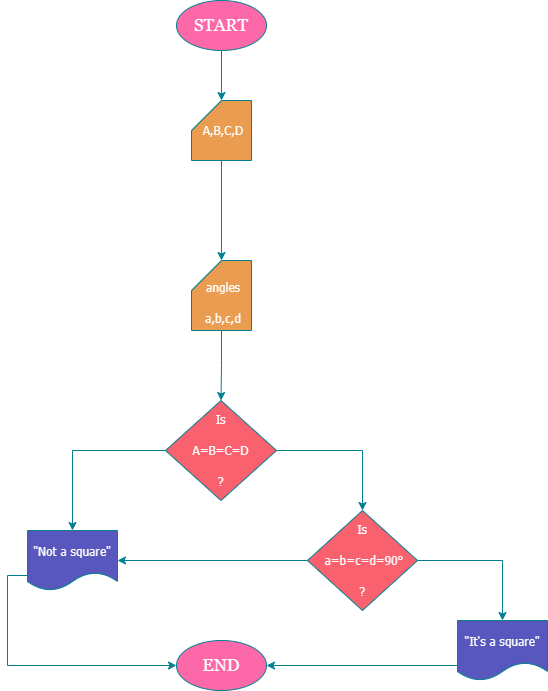
Earlier version of the draw.io export homeworksquare.png (SudeNazDilbaz/homework). Source tidied: cells renumbered, new cells last; positions are measured from the earlier drawing's top-left corner, leaving out a move shared by most shapes.
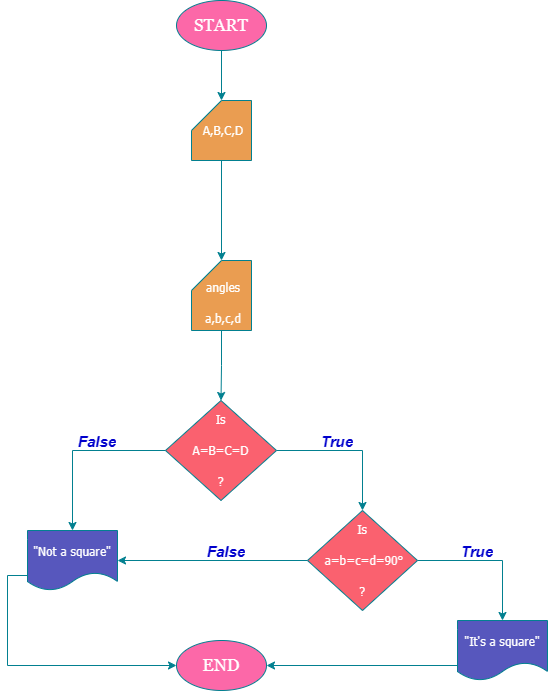
After the change.

What changed in the source:
```diff
@@ -56,5 +56,25 @@
     <mxCell id="19" value="&lt;font face=&quot;Georgia&quot; style=&quot;font-size: 17px;&quot; color=&quot;#ffffff&quot;&gt;END&lt;/font&gt;" style="ellipse;whiteSpace=wrap;html=1;fillColor=#FC68A8;labelBackgroundColor=none;strokeColor=#028090;fontColor=#E4FDE1;" parent="1" vertex="1">
       <mxGeometry x="149" y="640" width="90" height="50" as="geometry" />
     </mxCell>
+    <object id="20" label="&lt;font color=&quot;#0000cc&quot; size=&quot;1&quot; style=&quot;&quot;&gt;&lt;b style=&quot;font-size: 15px;&quot;&gt;&lt;i style=&quot;&quot;&gt;False&lt;/i&gt;&lt;/b&gt;&lt;/font&gt;" name="Variable" placeholders="1">
+      <mxCell style="text;html=1;strokeColor=none;fillColor=none;align=center;verticalAlign=middle;whiteSpace=wrap;overflow=hidden;" parent="1" vertex="1">
+        <mxGeometry x="30" y="430" width="80" height="20" as="geometry" />
+      </mxCell>
+    </object>
+    <object id="21" label="&lt;font color=&quot;#0000cc&quot;&gt;&lt;span style=&quot;font-size: 15px;&quot;&gt;&lt;b&gt;&lt;i&gt;True&lt;/i&gt;&lt;/b&gt;&lt;/span&gt;&lt;/font&gt;" name="Variable" placeholders="1">
+      <mxCell style="text;html=1;strokeColor=none;fillColor=none;align=center;verticalAlign=middle;whiteSpace=wrap;overflow=hidden;" parent="1" vertex="1">
+        <mxGeometry x="270" y="430" width="80" height="20" as="geometry" />
+      </mxCell>
+    </object>
+    <object id="22" label="&lt;font color=&quot;#0000cc&quot; size=&quot;1&quot; style=&quot;&quot;&gt;&lt;b style=&quot;font-size: 15px;&quot;&gt;&lt;i style=&quot;&quot;&gt;False&lt;/i&gt;&lt;/b&gt;&lt;/font&gt;" name="Variable" placeholders="1">
+      <mxCell style="text;html=1;strokeColor=none;fillColor=none;align=center;verticalAlign=middle;whiteSpace=wrap;overflow=hidden;" parent="1" vertex="1">
+        <mxGeometry x="159" y="540" width="80" height="20" as="geometry" />
+      </mxCell>
+    </object>
+    <object id="23" label="&lt;font color=&quot;#0000cc&quot;&gt;&lt;span style=&quot;font-size: 15px;&quot;&gt;&lt;b&gt;&lt;i&gt;True&lt;/i&gt;&lt;/b&gt;&lt;/span&gt;&lt;/font&gt;" name="Variable" placeholders="1">
+      <mxCell style="text;html=1;strokeColor=none;fillColor=none;align=center;verticalAlign=middle;whiteSpace=wrap;overflow=hidden;" parent="1" vertex="1">
+        <mxGeometry x="410" y="540" width="80" height="20" as="geometry" />
+      </mxCell>
+    </object>
   </root>
 </mxGraphModel>
```
